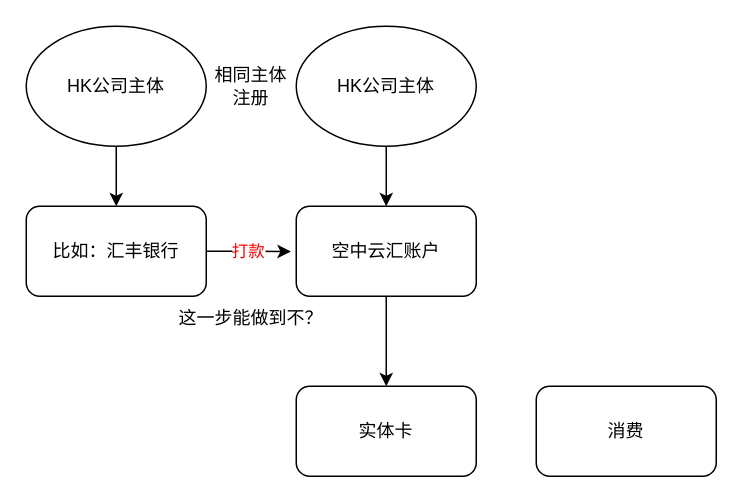
The draw.io diagram LLSI/发卡.drawio in 0573xieguojia/To-program, before the edit. Source tidied: cells renumbered, new cells numbered last; positions are measured from the earlier drawing's top-left corner, leaving out a move shared by most shapes. Both pictures are drawn from the tidied source at 150%, with x=0, y=0 at pixel (26, 26).
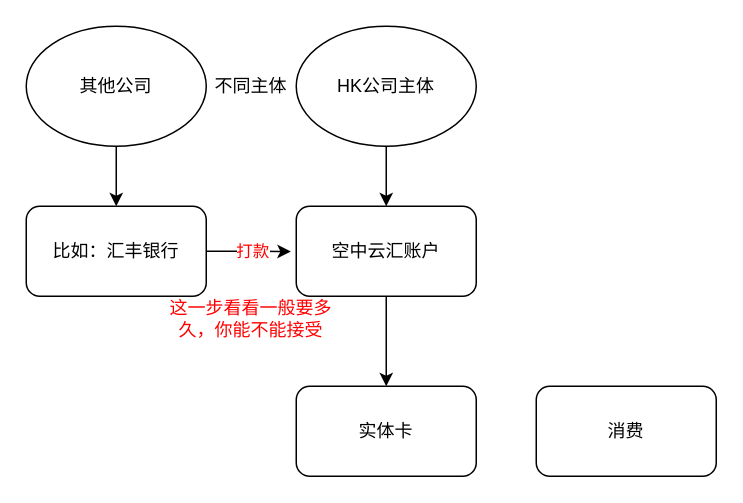
The same diagram, later.

What changed in the source:
```diff
@@
 <mxGraphModel>
   <root>
     <mxCell id="0" />
     <mxCell id="1" parent="0" />
     <mxCell id="2" style="edgeStyle=orthogonalEdgeStyle;rounded=0;jettySize=auto;html=1;exitX=0.5;exitY=1;exitDx=0;exitDy=0;" parent="1" edge="1" source="3" target="11">
       <mxGeometry relative="1" as="geometry" />
     </mxCell>
     <mxCell id="3" value="空中云汇账户" style="rounded=1;whiteSpace=wrap;html=1;" parent="1" vertex="1">
       <mxGeometry x="180" y="120" width="120" height="60" as="geometry" />
     </mxCell>
     <mxCell id="4" style="edgeStyle=orthogonalEdgeStyle;rounded=0;jettySize=auto;html=1;exitX=0.5;exitY=1;exitDx=0;exitDy=0;" parent="1" edge="1" source="5" target="3">
       <mxGeometry relative="1" as="geometry" />
     </mxCell>
     <mxCell id="5" value="HK公司主体" style="ellipse;whiteSpace=wrap;html=1;" parent="1" vertex="1">
       <mxGeometry x="180" width="120" height="80" as="geometry" />
     </mxCell>
     <mxCell id="6" style="edgeStyle=orthogonalEdgeStyle;rounded=0;jettySize=auto;html=1;exitX=0.5;exitY=1;exitDx=0;exitDy=0;entryX=0.5;entryY=0;entryDx=0;entryDy=0;" parent="1" edge="1" source="7" target="10">
       <mxGeometry relative="1" as="geometry" />
     </mxCell>
-    <mxCell id="7" value="HK公司主体" style="ellipse;whiteSpace=wrap;html=1;" parent="1" vertex="1">
+    <mxCell id="7" value="其他公司" style="ellipse;whiteSpace=wrap;html=1;" parent="1" vertex="1">
       <mxGeometry width="120" height="80" as="geometry" />
     </mxCell>
-    <mxCell id="8" value="相同主体注册" style="text;html=1;strokeColor=none;fillColor=none;align=center;verticalAlign=middle;whiteSpace=wrap;rounded=0;" parent="1" vertex="1">
+    <mxCell id="8" value="不同主体" style="text;html=1;strokeColor=none;fillColor=none;align=center;verticalAlign=middle;whiteSpace=wrap;rounded=0;" parent="1" vertex="1">
       <mxGeometry x="120" y="25" width="60" height="30" as="geometry" />
     </mxCell>
     <mxCell id="9" value="打款" style="edgeStyle=orthogonalEdgeStyle;rounded=0;jettySize=auto;html=1;exitX=1;exitY=0.5;exitDx=0;exitDy=0;entryX=-0.03;entryY=0.504;entryDx=0;entryDy=0;entryPerimeter=0;fontColor=#FF0000;" parent="1" edge="1" source="10" target="3">
-      <mxGeometry relative="1" as="geometry" />
+      <mxGeometry x="0.08" relative="1" as="geometry" />
     </mxCell>
     <mxCell id="10" value="比如：汇丰银行" style="rounded=1;whiteSpace=wrap;html=1;" parent="1" vertex="1">
       <mxGeometry y="120" width="120" height="60" as="geometry" />
     </mxCell>
     <mxCell id="11" value="实体卡" style="rounded=1;whiteSpace=wrap;html=1;" parent="1" vertex="1">
       <mxGeometry x="180" y="240" width="120" height="60" as="geometry" />
     </mxCell>
     <mxCell id="12" value="消费" style="rounded=1;whiteSpace=wrap;html=1;" parent="1" vertex="1">
       <mxGeometry x="340" y="240" width="120" height="60" as="geometry" />
     </mxCell>
-    <mxCell id="13" value="这一步能做到不？" style="text;html=1;strokeColor=none;fillColor=none;align=center;verticalAlign=middle;whiteSpace=wrap;rounded=0;" parent="1" vertex="1">
+    <mxCell id="13" value="这一步看看一般要多久，你能不能接受" style="text;html=1;strokeColor=none;fillColor=none;align=center;verticalAlign=middle;whiteSpace=wrap;rounded=0;fontColor=#FF0000;" parent="1" vertex="1">
       <mxGeometry x="85" y="180" width="130" height="30" as="geometry" />
     </mxCell>
   </root>
 </mxGraphModel>
```
